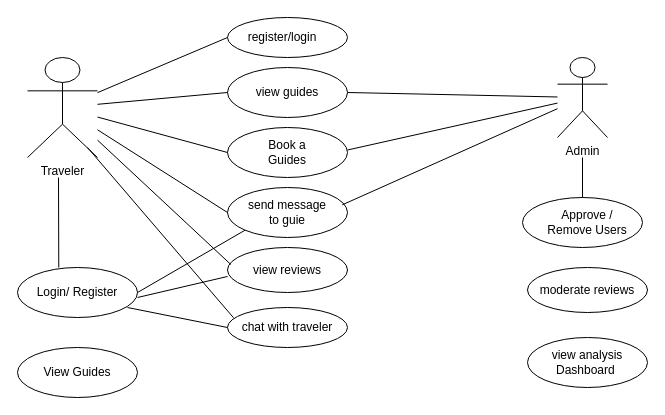
Before: admin/public/Digrams/useCase.drawio in bikrambohara12/NepJourney, a draw.io diagram. Source tidied: cells renumbered, new cells numbered last; positions are measured from the earlier drawing's top-left corner, leaving out a move shared by most shapes. Both pictures are drawn from the tidied source at 100%, with x=0, y=0 at pixel (17, 17).
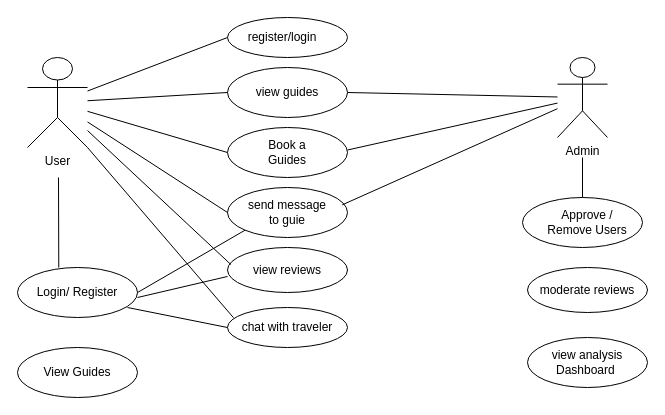
After the change.

Commit message:
create all digramd

What changed in the source:
```diff
@@
-    <mxCell id="2" value="Traveler" style="shape=umlActor;verticalLabelPosition=bottom;verticalAlign=top;html=1;outlineConnect=0;" parent="1" vertex="1">
-      <mxGeometry x="10" y="40" width="70" height="100" as="geometry" />
+    <mxCell id="2" value="User" style="shape=umlActor;verticalLabelPosition=bottom;verticalAlign=top;html=1;outlineConnect=0;" parent="1" vertex="1">
+      <mxGeometry x="10" y="40" width="60" height="90" as="geometry" />
     </mxCell>
```
